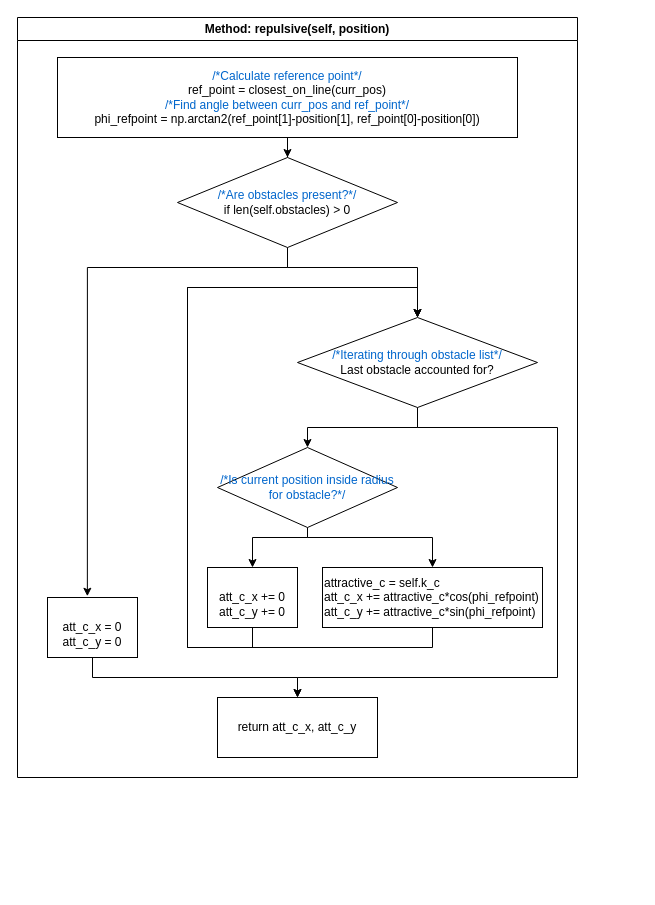
The draw.io diagram page "repulsive()" (4 of 4) of documentation_images/planner.drawio in danielglemminge/ur3_project, before the edit. Source tidied: cells renumbered, new cells numbered last; positions are measured from the earlier drawing's top-left corner, leaving out a move shared by most shapes. Both pictures are drawn from the tidied source at 100%, with x=0, y=0 at pixel (17, 17).
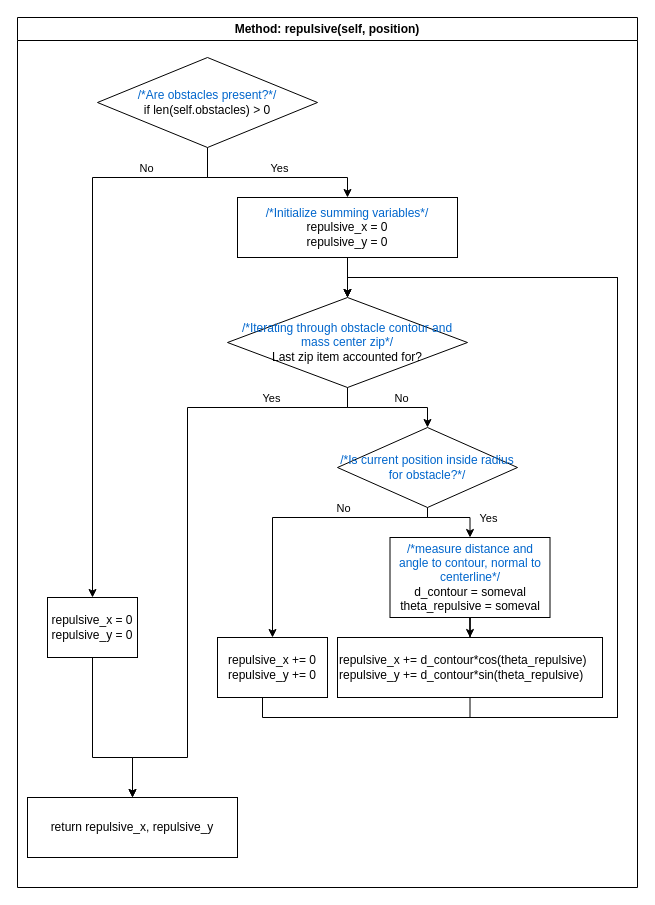
The same page after the edit.

Change to the diagram source:
```diff
@@
     <mxCell id="2" value="&lt;div&gt;Method: repulsive(self, position)&lt;/div&gt;" style="swimlane;whiteSpace=wrap;html=1;" parent="1" vertex="1">
-      <mxGeometry width="560" height="760" as="geometry" />
+      <mxGeometry width="620" height="870" as="geometry" />
     </mxCell>
-    <mxCell id="3" style="edgeStyle=orthogonalEdgeStyle;rounded=0;jettySize=auto;html=1;entryX=0.5;entryY=0;entryDx=0;entryDy=0;" parent="2" edge="1" source="4" target="7">
-      <mxGeometry relative="1" as="geometry" />
-    </mxCell>
-    <mxCell id="4" value="&lt;div style=&quot;&quot;&gt;&lt;font style=&quot;font-size: 12px;&quot; face=&quot;Helvetica&quot; color=&quot;#0066cc&quot;&gt;/*Calculate reference point*/&lt;/font&gt;&lt;/div&gt;&lt;div&gt;&lt;font style=&quot;font-size: 12px;&quot; face=&quot;yx2v-3iovXGYgc3VkgAg&quot;&gt;ref_point = closest_on_line(curr_pos)&lt;br&gt;&lt;/font&gt;&lt;/div&gt;&lt;div style=&quot;&quot;&gt;&lt;font style=&quot;font-size: 12px;&quot; face=&quot;yx2v-3iovXGYgc3VkgAg&quot; color=&quot;#0066cc&quot;&gt;/*Find angle between curr_pos and ref_point*/&lt;/font&gt;&lt;/div&gt;&lt;div style=&quot;&quot;&gt;&lt;font style=&quot;font-size: 12px;&quot; face=&quot;yx2v-3iovXGYgc3VkgAg&quot;&gt;phi_refpoint = np.arctan2(ref_point[1]-position[1], ref_point[0]-position[0]&lt;/font&gt;&lt;font style=&quot;font-size: 12px;&quot; face=&quot;yx2v-3iovXGYgc3VkgAg&quot;&gt;)&lt;/font&gt;&lt;font style=&quot;font-size: 12px;&quot; face=&quot;yx2v-3iovXGYgc3VkgAg&quot;&gt;&lt;br&gt;&lt;/font&gt;&lt;/div&gt;" style="rounded=0;whiteSpace=wrap;html=1;" parent="2" vertex="1">
-      <mxGeometry x="40" y="40" width="460" height="80" as="geometry" />
-    </mxCell>
-    <mxCell id="5" style="edgeStyle=orthogonalEdgeStyle;rounded=0;jettySize=auto;html=1;entryX=0.5;entryY=0;entryDx=0;entryDy=0;" parent="2" edge="1" source="7" target="10">
-      <mxGeometry relative="1" as="geometry">
-        <Array as="points">
-          <mxPoint x="270" y="250" />
-          <mxPoint x="400" y="250" />
-        </Array>
-      </mxGeometry>
-    </mxCell>
-    <mxCell id="6" style="edgeStyle=orthogonalEdgeStyle;rounded=0;jettySize=auto;html=1;entryX=0.443;entryY=-0.021;entryDx=0;entryDy=0;entryPerimeter=0;" parent="2" edge="1" source="7" target="18">
+    <mxCell id="6" style="edgeStyle=orthogonalEdgeStyle;rounded=0;jettySize=auto;html=1;entryX=0.5;entryY=0;entryDx=0;entryDy=0;" parent="2" edge="1" source="7" target="18">
       <mxGeometry relative="1" as="geometry">
         <Array as="points">
-          <mxPoint x="270" y="250" />
-          <mxPoint x="70" y="250" />
+          <mxPoint x="190" y="160" />
+          <mxPoint x="75" y="160" />
         </Array>
       </mxGeometry>
     </mxCell>
+    <mxCell id="21" value="No" style="edgeLabel;html=1;align=center;verticalAlign=middle;" parent="6" vertex="1">
+      <mxGeometry x="-0.69" y="2" relative="1" as="geometry">
+        <mxPoint x="-4" y="-12" as="offset" />
+      </mxGeometry>
+    </mxCell>
+    <mxCell id="22" style="edgeStyle=orthogonalEdgeStyle;rounded=0;jettySize=auto;html=1;entryX=0.5;entryY=0;entryDx=0;entryDy=0;" parent="2" edge="1" source="7" target="30">
+      <mxGeometry relative="1" as="geometry">
+        <Array as="points">
+          <mxPoint x="190" y="160" />
+          <mxPoint x="330" y="160" />
+        </Array>
+      </mxGeometry>
+    </mxCell>
+    <mxCell id="23" value="Yes" style="edgeLabel;html=1;align=center;verticalAlign=middle;" parent="22" vertex="1">
+      <mxGeometry x="0.09" relative="1" as="geometry">
+        <mxPoint x="-3" y="-10" as="offset" />
+      </mxGeometry>
+    </mxCell>
     <mxCell id="7" value="&lt;div&gt;&lt;font style=&quot;font-size: 12px;&quot; face=&quot;yx2v-3iovXGYgc3VkgAg&quot; color=&quot;#0066cc&quot;&gt;/*Are obstacles present?*/&lt;/font&gt;&lt;/div&gt;&lt;div&gt;if len(self.obstacles) &amp;gt; 0&lt;br&gt;&lt;/div&gt;" style="rhombus;whiteSpace=wrap;html=1;" parent="2" vertex="1">
-      <mxGeometry x="160" y="140" width="220" height="90" as="geometry" />
+      <mxGeometry x="80" y="40" width="220" height="90" as="geometry" />
     </mxCell>
+    <mxCell id="9" style="edgeStyle=orthogonalEdgeStyle;rounded=0;jettySize=auto;html=1;" parent="2" edge="1" source="10" target="13">
+      <mxGeometry relative="1" as="geometry" />
+    </mxCell>
+    <mxCell id="24" value="No" style="edgeLabel;html=1;align=center;verticalAlign=middle;" parent="9" vertex="1">
+      <mxGeometry x="0.21" y="1" relative="1" as="geometry">
+        <mxPoint y="-9" as="offset" />
+      </mxGeometry>
+    </mxCell>
     <mxCell id="8" style="edgeStyle=orthogonalEdgeStyle;rounded=0;jettySize=auto;html=1;entryX=0.5;entryY=0;entryDx=0;entryDy=0;" parent="2" edge="1" source="10" target="16">
       <mxGeometry relative="1" as="geometry">
         <Array as="points">
-          <mxPoint x="400" y="410" />
-          <mxPoint x="540" y="410" />
-          <mxPoint x="540" y="660" />
-          <mxPoint x="280" y="660" />
+          <mxPoint x="330" y="390" />
+          <mxPoint x="170" y="390" />
+          <mxPoint x="170" y="740" />
+          <mxPoint x="115" y="740" />
         </Array>
       </mxGeometry>
     </mxCell>
-    <mxCell id="9" style="edgeStyle=orthogonalEdgeStyle;rounded=0;jettySize=auto;html=1;" parent="2" edge="1" source="10" target="13">
-      <mxGeometry relative="1" as="geometry" />
-    </mxCell>
+    <mxCell id="25" value="&lt;div&gt;Yes&lt;/div&gt;" style="edgeLabel;html=1;align=center;verticalAlign=middle;" parent="8" vertex="1">
+      <mxGeometry x="-0.69" relative="1" as="geometry">
+        <mxPoint y="-10" as="offset" />
+      </mxGeometry>
+    </mxCell>
-    <mxCell id="10" value="&lt;div&gt;&lt;font style=&quot;font-size: 12px;&quot; face=&quot;yx2v-3iovXGYgc3VkgAg&quot; color=&quot;#0066cc&quot;&gt;/*Iterating through obstacle list*/&lt;/font&gt;&lt;/div&gt;&lt;div&gt;Last obstacle accounted for?&lt;br&gt;&lt;/div&gt;" style="rhombus;whiteSpace=wrap;html=1;" parent="2" vertex="1">
-      <mxGeometry x="280" y="300" width="240" height="90" as="geometry" />
+    <mxCell id="10" value="&lt;div&gt;&lt;font style=&quot;font-size: 12px;&quot; face=&quot;yx2v-3iovXGYgc3VkgAg&quot; color=&quot;#0066cc&quot;&gt;/*Iterating through obstacle contour and mass center zip*/&lt;/font&gt;&lt;/div&gt;&lt;div&gt;Last zip item accounted for?&lt;br&gt;&lt;/div&gt;" style="rhombus;whiteSpace=wrap;html=1;" parent="2" vertex="1">
+      <mxGeometry x="210" y="280" width="240" height="90" as="geometry" />
     </mxCell>
+    <mxCell id="26" style="edgeStyle=orthogonalEdgeStyle;rounded=0;jettySize=auto;html=1;entryX=0.5;entryY=0;entryDx=0;entryDy=0;" parent="2" edge="1" source="13" target="32">
+      <mxGeometry relative="1" as="geometry">
+        <Array as="points">
+          <mxPoint x="410" y="500" />
+          <mxPoint x="453" y="500" />
+        </Array>
+      </mxGeometry>
+    </mxCell>
+    <mxCell id="27" value="Yes" style="edgeLabel;html=1;align=center;verticalAlign=middle;" parent="26" vertex="1">
+      <mxGeometry x="-0.04" y="-1" relative="1" as="geometry">
+        <mxPoint x="35" y="-1" as="offset" />
+      </mxGeometry>
+    </mxCell>
     <mxCell id="11" style="edgeStyle=orthogonalEdgeStyle;rounded=0;jettySize=auto;html=1;entryX=0.5;entryY=0;entryDx=0;entryDy=0;" parent="2" edge="1" source="13" target="20">
       <mxGeometry relative="1" as="geometry">
         <Array as="points">
-          <mxPoint x="290" y="520" />
-          <mxPoint x="235" y="520" />
+          <mxPoint x="410" y="500" />
+          <mxPoint x="255" y="500" />
         </Array>
       </mxGeometry>
     </mxCell>
-    <mxCell id="12" style="edgeStyle=orthogonalEdgeStyle;rounded=0;jettySize=auto;html=1;entryX=0.5;entryY=0;entryDx=0;entryDy=0;" parent="2" edge="1" source="13" target="15">
-      <mxGeometry relative="1" as="geometry">
-        <Array as="points">
-          <mxPoint x="290" y="520" />
-          <mxPoint x="415" y="520" />
-        </Array>
-      </mxGeometry>
-    </mxCell>
+    <mxCell id="28" value="No" style="edgeLabel;html=1;align=center;verticalAlign=middle;" parent="11" vertex="1">
+      <mxGeometry x="-0.51" y="-2" relative="1" as="geometry">
+        <mxPoint x="-25" y="-8" as="offset" />
+      </mxGeometry>
+    </mxCell>
     <mxCell id="13" value="&lt;div&gt;&lt;font style=&quot;font-size: 12px;&quot; face=&quot;yx2v-3iovXGYgc3VkgAg&quot; color=&quot;#0066cc&quot;&gt;/*Is current position inside radius for obstacle?*/&lt;br&gt;&lt;/font&gt;&lt;/div&gt;" style="rhombus;whiteSpace=wrap;html=1;" parent="2" vertex="1">
-      <mxGeometry x="200" y="430" width="180" height="80" as="geometry" />
+      <mxGeometry x="320" y="410" width="180" height="80" as="geometry" />
     </mxCell>
     <mxCell id="14" style="edgeStyle=orthogonalEdgeStyle;rounded=0;jettySize=auto;html=1;entryX=0.5;entryY=0;entryDx=0;entryDy=0;" parent="2" edge="1" source="15" target="10">
       <mxGeometry relative="1" as="geometry">
         <Array as="points">
-          <mxPoint x="415" y="630" />
-          <mxPoint x="170" y="630" />
-          <mxPoint x="170" y="270" />
-          <mxPoint x="400" y="270" />
+          <mxPoint x="453" y="700" />
+          <mxPoint x="600" y="700" />
+          <mxPoint x="600" y="260" />
+          <mxPoint x="330" y="260" />
         </Array>
       </mxGeometry>
     </mxCell>
-    <mxCell id="15" value="&lt;div align=&quot;left&quot;&gt;attractive_c = self.k_c&lt;br&gt;&lt;/div&gt;&lt;div align=&quot;left&quot;&gt;att_c_x += attractive_c*cos(phi_refpoint)&lt;/div&gt;&lt;div align=&quot;left&quot;&gt;&lt;div&gt;att_c_y += attractive_c*sin(phi_refpoint)&lt;/div&gt;&lt;/div&gt;" style="whiteSpace=wrap;html=1;align=left;" parent="2" vertex="1">
-      <mxGeometry x="305" y="550" width="220" height="60" as="geometry" />
+    <mxCell id="15" value="&lt;div&gt;repulsive_x += d_contour*cos(theta_repulsive)&lt;br&gt;&lt;/div&gt;&lt;div&gt;repulsive_y += d_contour*sin(theta_repulsive)&lt;br&gt;&lt;/div&gt;" style="whiteSpace=wrap;html=1;align=left;" parent="2" vertex="1">
+      <mxGeometry x="320" y="620" width="265" height="60" as="geometry" />
     </mxCell>
-    <mxCell id="16" value="return att_c_x, att_c_y" style="whiteSpace=wrap;html=1;" parent="2" vertex="1">
-      <mxGeometry x="200" y="680" width="160" height="60" as="geometry" />
+    <mxCell id="16" value="return repulsive_x, repulsive_y" style="whiteSpace=wrap;html=1;" parent="2" vertex="1">
+      <mxGeometry x="10" y="780" width="210" height="60" as="geometry" />
     </mxCell>
     <mxCell id="17" style="edgeStyle=orthogonalEdgeStyle;rounded=0;jettySize=auto;html=1;entryX=0.5;entryY=0;entryDx=0;entryDy=0;" parent="2" edge="1" source="18" target="16">
       <mxGeometry relative="1" as="geometry">
         <Array as="points">
-          <mxPoint x="75" y="660" />
-          <mxPoint x="280" y="660" />
+          <mxPoint x="75" y="740" />
+          <mxPoint x="115" y="740" />
         </Array>
       </mxGeometry>
     </mxCell>
-    <mxCell id="18" value="&lt;div&gt;&lt;br&gt;&lt;/div&gt;&lt;div&gt;att_c_x = 0&lt;/div&gt;&lt;div&gt;&lt;div&gt;att_c_y = 0&lt;br&gt;&lt;/div&gt;&lt;/div&gt;" style="whiteSpace=wrap;html=1;" parent="2" vertex="1">
+    <mxCell id="18" value="&lt;div&gt;repulsive_x = 0&lt;/div&gt;&lt;div&gt;repulsive_y = 0&lt;br&gt;&lt;/div&gt;" style="whiteSpace=wrap;html=1;" parent="2" vertex="1">
       <mxGeometry x="30" y="580" width="90" height="60" as="geometry" />
     </mxCell>
     <mxCell id="19" style="edgeStyle=orthogonalEdgeStyle;rounded=0;jettySize=auto;html=1;entryX=0.5;entryY=0;entryDx=0;entryDy=0;" parent="2" edge="1" source="20" target="10">
       <mxGeometry relative="1" as="geometry">
         <Array as="points">
-          <mxPoint x="235" y="630" />
-          <mxPoint x="170" y="630" />
-          <mxPoint x="170" y="270" />
-          <mxPoint x="400" y="270" />
+          <mxPoint x="245" y="700" />
+          <mxPoint x="600" y="700" />
+          <mxPoint x="600" y="260" />
+          <mxPoint x="330" y="260" />
         </Array>
       </mxGeometry>
     </mxCell>
-    <mxCell id="20" value="&lt;div align=&quot;center&quot;&gt;&lt;br&gt;&lt;/div&gt;&lt;div align=&quot;center&quot;&gt;att_c_x += 0&lt;/div&gt;&lt;div align=&quot;center&quot;&gt;&lt;div&gt;att_c_y += 0&lt;br&gt;&lt;/div&gt;&lt;/div&gt;" style="whiteSpace=wrap;html=1;align=center;" parent="2" vertex="1">
-      <mxGeometry x="190" y="550" width="90" height="60" as="geometry" />
+    <mxCell id="20" value="&lt;div&gt;repulsive_x += 0&lt;/div&gt;&lt;div&gt;repulsive_y += 0&lt;br&gt;&lt;/div&gt;" style="whiteSpace=wrap;html=1;align=center;" parent="2" vertex="1">
+      <mxGeometry x="200" y="620" width="110" height="60" as="geometry" />
     </mxCell>
+    <mxCell id="29" style="edgeStyle=orthogonalEdgeStyle;rounded=0;jettySize=auto;html=1;entryX=0.5;entryY=0;entryDx=0;entryDy=0;" parent="2" edge="1" source="30" target="10">
+      <mxGeometry relative="1" as="geometry" />
+    </mxCell>
+    <mxCell id="30" value="&lt;div&gt;&lt;font style=&quot;font-size: 12px;&quot; face=&quot;yx2v-3iovXGYgc3VkgAg&quot; color=&quot;#0066cc&quot;&gt;/*Initialize summing variables*/&lt;/font&gt;&lt;/div&gt;&lt;div&gt;&lt;font face=&quot;Helvetica&quot; style=&quot;font-size: 12px;&quot;&gt;repulsive_x = 0&lt;/font&gt;&lt;/div&gt;&lt;div&gt;&lt;font face=&quot;Helvetica&quot; style=&quot;font-size: 12px;&quot;&gt;repulsive_y = 0&lt;/font&gt;&lt;font face=&quot;23ZQCh5sGsyQFd0H_1E8&quot; style=&quot;font-size: 12px;&quot;&gt;&lt;br&gt;&lt;/font&gt;&lt;/div&gt;" style="rounded=0;whiteSpace=wrap;html=1;" parent="2" vertex="1">
+      <mxGeometry x="220" y="180" width="220" height="60" as="geometry" />
+    </mxCell>
+    <mxCell id="31" style="edgeStyle=orthogonalEdgeStyle;rounded=0;jettySize=auto;html=1;entryX=0.5;entryY=0;entryDx=0;entryDy=0;" parent="2" edge="1" source="32" target="15">
+      <mxGeometry relative="1" as="geometry" />
+    </mxCell>
+    <mxCell id="32" value="&lt;div&gt;&lt;div&gt;&lt;font style=&quot;font-size: 12px;&quot; face=&quot;yx2v-3iovXGYgc3VkgAg&quot; color=&quot;#0066cc&quot;&gt;/*measure distance and angle to contour, normal to centerline*/&lt;br&gt;&lt;/font&gt;&lt;/div&gt;&lt;/div&gt;&lt;div&gt;d_contour = someval&lt;/div&gt;&lt;div&gt;theta_repulsive = someval&lt;br&gt;&lt;/div&gt;" style="rounded=0;whiteSpace=wrap;html=1;" parent="2" vertex="1">
+      <mxGeometry x="372.5" y="520" width="160" height="80" as="geometry" />
+    </mxCell>
```
